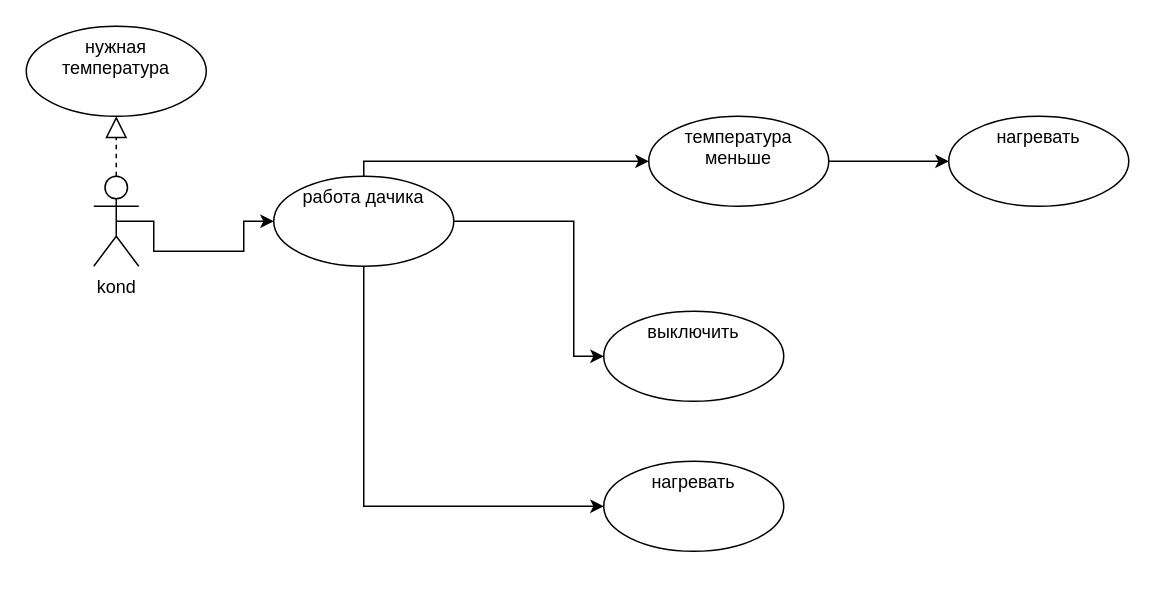
Above: usecase.drawio in nfb1N/drawio (draw.io), before the change. Source tidied: cells renumbered, new cells numbered last; positions are measured from the earlier drawing's top-left corner, leaving out a move shared by most shapes. Both pictures are drawn from the tidied source at 150%, with x=0, y=0 at pixel (26, 26).
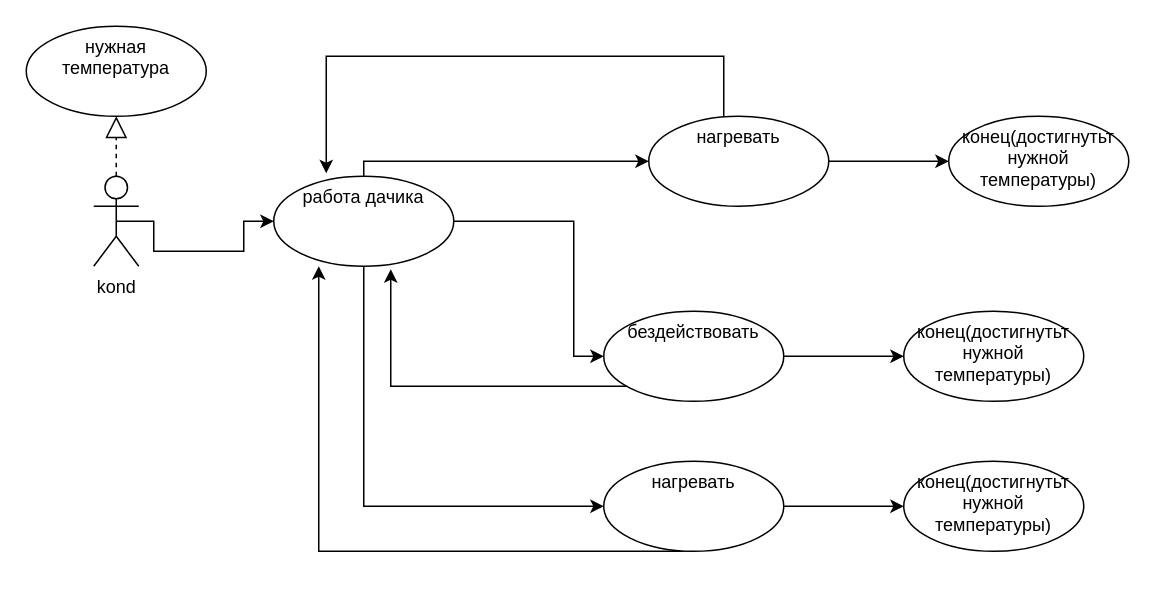
Above is the later version.

The change refers to these unchanged cells:
```xml
<mxCell id="10" value="нагревать" style="ellipse;whiteSpace=wrap;html=1;verticalAlign=top;" parent="1" vertex="1">
  <mxGeometry x="385" y="290" width="120" height="60" as="geometry" />
</mxCell>
<mxCell id="13" value="работа дачика" style="ellipse;whiteSpace=wrap;html=1;verticalAlign=top;" parent="1" vertex="1">
  <mxGeometry x="165" y="100" width="120" height="60" as="geometry" />
</mxCell>
```

What changed in the source:
```diff
@@
-    <mxCell id="4" style="edgeStyle=orthogonalEdgeStyle;rounded=0;jettySize=auto;html=1;" parent="1" edge="1" source="13" target="6">
+    <mxCell id="4" style="edgeStyle=orthogonalEdgeStyle;rounded=0;jettySize=auto;html=1;entryX=0;entryY=0.5;entryDx=0;entryDy=0;" parent="1" edge="1" source="13" target="14">
       <mxGeometry relative="1" as="geometry">
         <Array as="points">
           <mxPoint x="225" y="90" />
         </Array>
       </mxGeometry>
     </mxCell>
-    <mxCell id="5" style="edgeStyle=orthogonalEdgeStyle;rounded=0;jettySize=auto;html=1;" parent="1" edge="1" source="6" target="14">
-      <mxGeometry relative="1" as="geometry" />
-    </mxCell>
-    <mxCell id="6" value="температура меньше" style="ellipse;whiteSpace=wrap;html=1;verticalAlign=top;" parent="1" vertex="1">
-      <mxGeometry x="415" y="60" width="120" height="60" as="geometry" />
-    </mxCell>
@@
+    <mxCell id="15" style="edgeStyle=orthogonalEdgeStyle;rounded=0;jettySize=auto;html=1;entryX=0;entryY=0.5;entryDx=0;entryDy=0;" parent="1" edge="1" source="8" target="22">
+      <mxGeometry relative="1" as="geometry" />
+    </mxCell>
+    <mxCell id="16" style="edgeStyle=orthogonalEdgeStyle;rounded=0;jettySize=auto;html=1;entryX=0.65;entryY=1.033;entryDx=0;entryDy=0;entryPerimeter=0;" parent="1" edge="1" source="8" target="13">
+      <mxGeometry relative="1" as="geometry">
+        <Array as="points">
+          <mxPoint x="243" y="240" />
+        </Array>
+      </mxGeometry>
+    </mxCell>
-    <mxCell id="8" value="выключить" style="ellipse;whiteSpace=wrap;html=1;verticalAlign=top;" parent="1" vertex="1">
+    <mxCell id="8" value="бездействовать" style="ellipse;whiteSpace=wrap;html=1;verticalAlign=top;" parent="1" vertex="1">
       <mxGeometry x="385" y="190" width="120" height="60" as="geometry" />
     </mxCell>
@@
+    <mxCell id="17" style="edgeStyle=orthogonalEdgeStyle;rounded=0;jettySize=auto;html=1;" parent="1" edge="1" source="10">
+      <mxGeometry relative="1" as="geometry">
+        <mxPoint x="585" y="320" as="targetPoint" />
+      </mxGeometry>
+    </mxCell>
+    <mxCell id="18" style="edgeStyle=orthogonalEdgeStyle;rounded=0;jettySize=auto;html=1;" parent="1" edge="1" source="10">
+      <mxGeometry relative="1" as="geometry">
+        <mxPoint x="195" y="160" as="targetPoint" />
+        <Array as="points">
+          <mxPoint x="195" y="350" />
+        </Array>
+      </mxGeometry>
+    </mxCell>
@@
+    <mxCell id="19" style="edgeStyle=orthogonalEdgeStyle;rounded=0;jettySize=auto;html=1;" parent="1" edge="1" source="14" target="21">
+      <mxGeometry relative="1" as="geometry" />
+    </mxCell>
+    <mxCell id="20" style="edgeStyle=orthogonalEdgeStyle;rounded=0;jettySize=auto;html=1;" parent="1" edge="1" source="14">
+      <mxGeometry relative="1" as="geometry">
+        <mxPoint x="200" y="98" as="targetPoint" />
+        <Array as="points">
+          <mxPoint x="465" y="20" />
+          <mxPoint x="200" y="20" />
+        </Array>
+      </mxGeometry>
+    </mxCell>
     <mxCell id="14" value="нагревать" style="ellipse;whiteSpace=wrap;html=1;verticalAlign=top;" parent="1" vertex="1">
-      <mxGeometry x="615" y="60" width="120" height="60" as="geometry" />
+      <mxGeometry x="415" y="60" width="120" height="60" as="geometry" />
     </mxCell>
+    <mxCell id="21" value="конец(достигнутьт нужной температуры)" style="ellipse;whiteSpace=wrap;html=1;verticalAlign=top;" parent="1" vertex="1">
+      <mxGeometry x="615" y="60" width="120" height="60" as="geometry" />
+    </mxCell>
+    <mxCell id="22" value="конец(достигнутьт нужной температуры)" style="ellipse;whiteSpace=wrap;html=1;verticalAlign=top;" parent="1" vertex="1">
+      <mxGeometry x="585" y="190" width="120" height="60" as="geometry" />
+    </mxCell>
+    <mxCell id="23" value="конец(достигнутьт нужной температуры)" style="ellipse;whiteSpace=wrap;html=1;verticalAlign=top;" parent="1" vertex="1">
+      <mxGeometry x="585" y="290" width="120" height="60" as="geometry" />
+    </mxCell>
```
